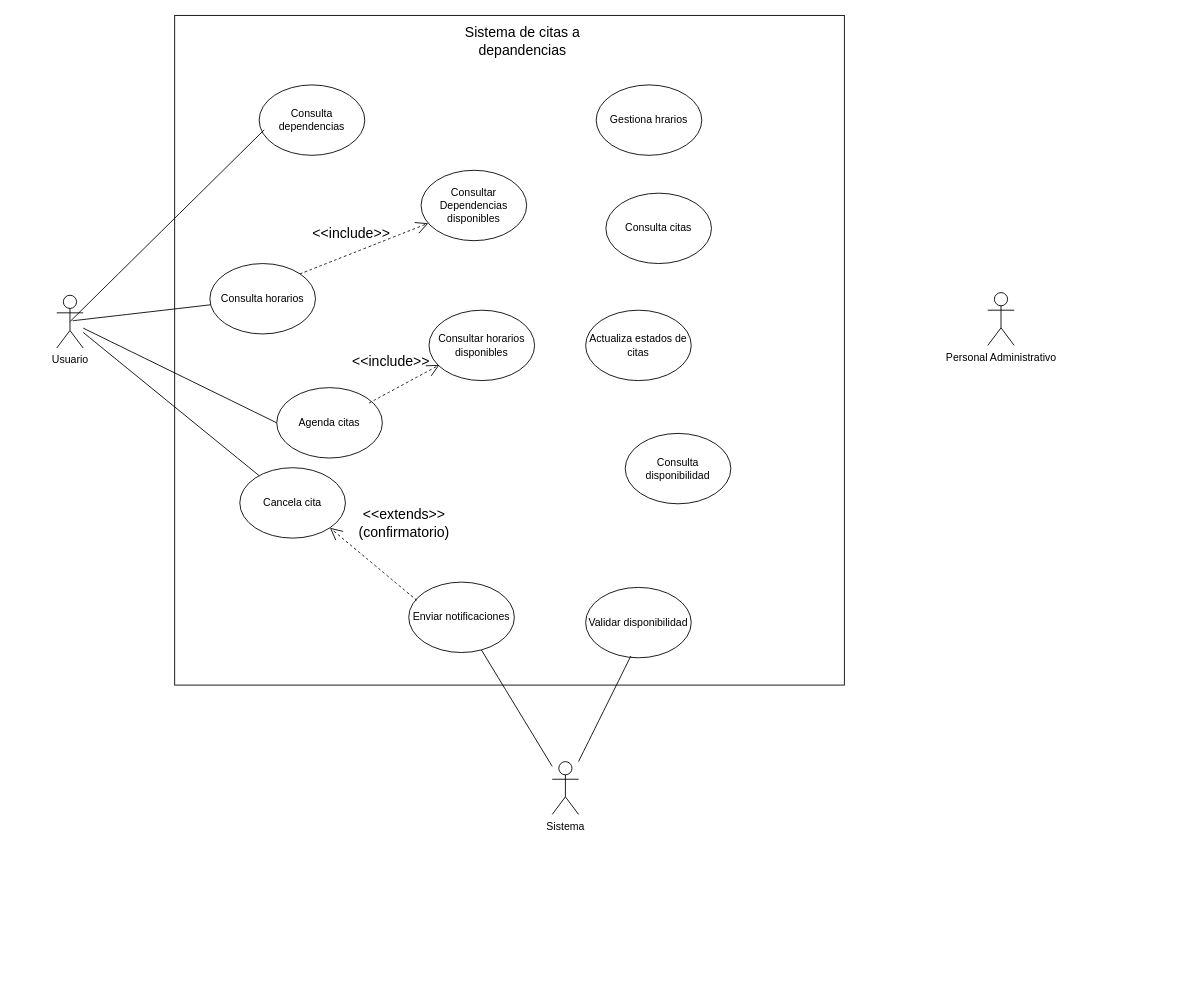
DrAtl30/potro_citas keeps this draw.io diagram as Diagrama sin título.drawio. Above is the earlier version. Source tidied: cells renumbered, new cells numbered last; positions are measured from the earlier drawing's top-left corner, leaving out a move shared by most shapes. Both pictures are drawn from the tidied source at 88%, with x=0, y=0 at pixel (56, 15).
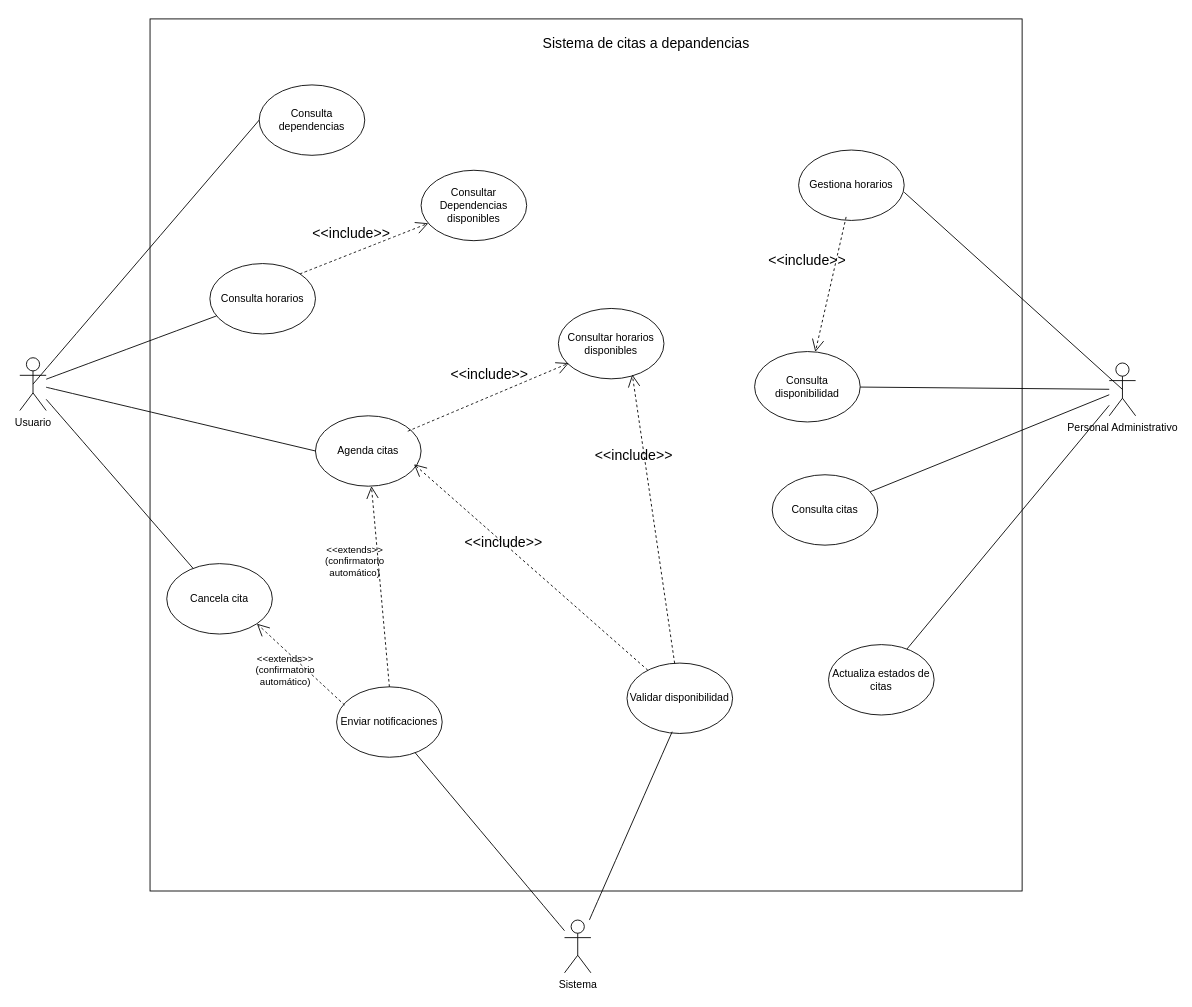
The same diagram, later.

The change refers to these unchanged cells:
```xml
<mxCell id="9" value="Consulta horarios" style="ellipse;whiteSpace=wrap;html=1;" parent="1" vertex="1">
  <mxGeometry x="174" y="282" width="120" height="80" as="geometry" />
</mxCell>
<mxCell id="10" value="Consulta dependencias" style="ellipse;whiteSpace=wrap;html=1;" parent="1" vertex="1">
  <mxGeometry x="230" y="79" width="120" height="80" as="geometry" />
</mxCell>
```

What changed in the source:
```diff
@@
     <mxCell id="2" value="Usuario" style="shape=umlActor;verticalLabelPosition=bottom;verticalAlign=top;html=1;outlineConnect=0;" parent="1" vertex="1">
-      <mxGeometry y="318" width="30" height="60" as="geometry" />
+      <mxGeometry x="-42" y="389" width="30" height="60" as="geometry" />
     </mxCell>
     <mxCell id="3" value="Personal Administrativo" style="shape=umlActor;verticalLabelPosition=bottom;verticalAlign=top;html=1;outlineConnect=0;" parent="1" vertex="1">
-      <mxGeometry x="1058" y="315" width="30" height="60" as="geometry" />
+      <mxGeometry x="1196" y="395" width="30" height="60" as="geometry" />
     </mxCell>
     <mxCell id="4" value="Sistema" style="shape=umlActor;verticalLabelPosition=bottom;verticalAlign=top;html=1;outlineConnect=0;" parent="1" vertex="1">
-      <mxGeometry x="563" y="848" width="30" height="60" as="geometry" />
+      <mxGeometry x="577" y="1028" width="30" height="60" as="geometry" />
     </mxCell>
     <mxCell id="5" style="whiteSpace=wrap;html=1;" parent="1" vertex="1">
-      <mxGeometry x="134" width="761" height="761" as="geometry" />
+      <mxGeometry x="106" y="4" width="991" height="991" as="geometry" />
     </mxCell>
     <mxCell id="6" value="Actualiza estados de citas" style="ellipse;whiteSpace=wrap;html=1;" parent="1" vertex="1">
-      <mxGeometry x="601" y="335" width="120" height="80" as="geometry" />
+      <mxGeometry x="877" y="715" width="120" height="80" as="geometry" />
     </mxCell>
     <mxCell id="7" value="Cancela cita" style="ellipse;whiteSpace=wrap;html=1;" parent="1" vertex="1">
-      <mxGeometry x="208" y="514" width="120" height="80" as="geometry" />
+      <mxGeometry x="125" y="623" width="120" height="80" as="geometry" />
     </mxCell>
     <mxCell id="8" value="Agenda citas" style="ellipse;whiteSpace=wrap;html=1;" parent="1" vertex="1">
-      <mxGeometry x="250" y="423" width="120" height="80" as="geometry" />
+      <mxGeometry x="294" y="455" width="120" height="80" as="geometry" />
     </mxCell>
@@
     <mxCell id="11" value="Consulta citas" style="ellipse;whiteSpace=wrap;html=1;" parent="1" vertex="1">
-      <mxGeometry x="624" y="202" width="120" height="80" as="geometry" />
+      <mxGeometry x="813" y="522" width="120" height="80" as="geometry" />
     </mxCell>
-    <mxCell id="12" value="Gestiona hrarios" style="ellipse;whiteSpace=wrap;html=1;" parent="1" vertex="1">
-      <mxGeometry x="613" y="79" width="120" height="80" as="geometry" />
+    <mxCell id="12" value="Gestiona horarios" style="ellipse;whiteSpace=wrap;html=1;" parent="1" vertex="1">
+      <mxGeometry x="843" y="153" width="120" height="80" as="geometry" />
     </mxCell>
     <mxCell id="13" value="Consulta disponibilidad" style="ellipse;whiteSpace=wrap;html=1;" parent="1" vertex="1">
-      <mxGeometry x="646" y="475" width="120" height="80" as="geometry" />
+      <mxGeometry x="793" y="382" width="120" height="80" as="geometry" />
     </mxCell>
     <mxCell id="14" value="Enviar notificaciones" style="ellipse;whiteSpace=wrap;html=1;" parent="1" vertex="1">
-      <mxGeometry x="400" y="644" width="120" height="80" as="geometry" />
+      <mxGeometry x="318" y="763" width="120" height="80" as="geometry" />
     </mxCell>
     <mxCell id="15" value="Validar disponibilidad" style="ellipse;whiteSpace=wrap;html=1;" parent="1" vertex="1">
-      <mxGeometry x="601" y="650" width="120" height="80" as="geometry" />
+      <mxGeometry x="648" y="736" width="120" height="80" as="geometry" />
     </mxCell>
     <mxCell id="16" value="Sistema de citas a depandencias" style="text;html=1;align=center;verticalAlign=middle;whiteSpace=wrap;rounded=0;fontSize=16;" parent="1" vertex="1">
-      <mxGeometry x="433" y="14" width="193" height="30" as="geometry" />
+      <mxGeometry x="508" y="16" width="324" height="30" as="geometry" />
     </mxCell>
-    <mxCell id="17" style="endArrow=none;html=1;rounded=0;fontSize=12;startSize=8;endSize=8;curved=1;exitX=0.5;exitY=0.5;exitDx=0;exitDy=0;exitPerimeter=0;entryX=0.048;entryY=0.638;entryDx=0;entryDy=0;entryPerimeter=0;" parent="1" edge="1" source="2" target="10">
+    <mxCell id="17" style="endArrow=none;html=1;rounded=0;fontSize=12;startSize=8;endSize=8;curved=1;exitX=0.5;exitY=0.5;exitDx=0;exitDy=0;exitPerimeter=0;entryX=0;entryY=0.5;entryDx=0;entryDy=0;" parent="1" edge="1" source="2" target="10">
       <mxGeometry relative="1" as="geometry" />
     </mxCell>
-    <mxCell id="18" style="endArrow=none;html=1;rounded=0;fontSize=12;startSize=8;endSize=8;curved=1;" parent="1" edge="1" target="9">
-      <mxGeometry relative="1" as="geometry">
-        <mxPoint x="18" y="347" as="sourcePoint" />
-      </mxGeometry>
+    <mxCell id="18" style="endArrow=none;html=1;rounded=0;fontSize=12;startSize=8;endSize=8;curved=1;" parent="1" edge="1" source="2" target="9">
+      <mxGeometry relative="1" as="geometry" />
     </mxCell>
@@
     <mxCell id="23" value="Consultar horarios disponibles" style="ellipse;whiteSpace=wrap;html=1;" parent="1" vertex="1">
-      <mxGeometry x="423" y="335" width="120" height="80" as="geometry" />
+      <mxGeometry x="570" y="333" width="120" height="80" as="geometry" />
     </mxCell>
@@
     <mxCell id="25" value="&amp;lt;&amp;lt;include&amp;gt;&amp;gt;" style="text;html=1;align=center;verticalAlign=middle;whiteSpace=wrap;rounded=0;fontSize=16;" parent="1" vertex="1">
-      <mxGeometry x="350" y="378" width="60" height="30" as="geometry" />
+      <mxGeometry x="462" y="393" width="60" height="30" as="geometry" />
     </mxCell>
@@
-    <mxCell id="28" value="&lt;div&gt;&amp;lt;&amp;lt;extends&amp;gt;&amp;gt;&lt;/div&gt;&lt;div&gt;(confirmatorio)&lt;br&gt;&lt;/div&gt;" style="text;html=1;align=center;verticalAlign=middle;whiteSpace=wrap;rounded=0;fontSize=16;" parent="1" vertex="1">
-      <mxGeometry x="365" y="562" width="60" height="30" as="geometry" />
+    <mxCell id="28" value="&lt;div&gt;&amp;lt;&amp;lt;extends&amp;gt;&amp;gt;&lt;/div&gt;&lt;div&gt;(confirmatorio automático)&lt;br&gt;&lt;/div&gt;" style="text;html=1;align=center;verticalAlign=middle;whiteSpace=wrap;rounded=0;fontSize=11;" parent="1" vertex="1">
+      <mxGeometry x="230" y="729" width="60" height="30" as="geometry" />
     </mxCell>
@@
+    <mxCell id="31" style="endArrow=none;html=1;rounded=0;entryX=0.5;entryY=0.5;entryDx=0;entryDy=0;entryPerimeter=0;exitX=1;exitY=0.6;exitDx=0;exitDy=0;exitPerimeter=0;" parent="1" edge="1" source="12" target="3">
+      <mxGeometry relative="1" as="geometry" />
+    </mxCell>
+    <mxCell id="32" style="endArrow=none;html=1;rounded=0;" parent="1" edge="1" source="6" target="3">
+      <mxGeometry relative="1" as="geometry" />
+    </mxCell>
+    <mxCell id="33" style="endArrow=open;endSize=12;dashed=1;html=1;rounded=0;exitX=0.45;exitY=0.95;exitDx=0;exitDy=0;exitPerimeter=0;" parent="1" edge="1" source="12" target="13">
+      <mxGeometry relative="1" as="geometry" />
+    </mxCell>
+    <mxCell id="34" value="&amp;lt;&amp;lt;include&amp;gt;&amp;gt;" style="text;html=1;align=center;verticalAlign=middle;whiteSpace=wrap;rounded=0;fontSize=16;" parent="1" vertex="1">
+      <mxGeometry x="823" y="263" width="60" height="30" as="geometry" />
+    </mxCell>
+    <mxCell id="35" style="endArrow=none;html=1;rounded=0;" parent="1" edge="1" source="11" target="3">
+      <mxGeometry relative="1" as="geometry" />
+    </mxCell>
+    <mxCell id="36" style="endArrow=open;endSize=12;dashed=1;html=1;rounded=0;exitX=0.5;exitY=0;exitDx=0;exitDy=0;" parent="1" edge="1" source="14" target="8">
+      <mxGeometry relative="1" as="geometry" />
+    </mxCell>
+    <mxCell id="37" value="&lt;div&gt;&amp;lt;&amp;lt;extends&amp;gt;&amp;gt;&lt;/div&gt;&lt;div&gt;(confirmatorio automático)&lt;br&gt;&lt;/div&gt;" style="text;html=1;align=center;verticalAlign=middle;whiteSpace=wrap;rounded=0;fontSize=11;" parent="1" vertex="1">
+      <mxGeometry x="309" y="605" width="60" height="30" as="geometry" />
+    </mxCell>
+    <mxCell id="38" style="endArrow=open;endSize=12;dashed=1;html=1;rounded=0;entryX=0.7;entryY=0.938;entryDx=0;entryDy=0;entryPerimeter=0;" parent="1" edge="1" source="15" target="23">
+      <mxGeometry relative="1" as="geometry" />
+    </mxCell>
+    <mxCell id="39" style="endArrow=open;endSize=12;dashed=1;html=1;rounded=0;entryX=0.933;entryY=0.688;entryDx=0;entryDy=0;entryPerimeter=0;" parent="1" edge="1" source="15" target="8">
+      <mxGeometry relative="1" as="geometry" />
+    </mxCell>
+    <mxCell id="40" value="&amp;lt;&amp;lt;include&amp;gt;&amp;gt;" style="text;html=1;align=center;verticalAlign=middle;whiteSpace=wrap;rounded=0;fontSize=16;" parent="1" vertex="1">
+      <mxGeometry x="478" y="584" width="60" height="30" as="geometry" />
+    </mxCell>
+    <mxCell id="41" value="&amp;lt;&amp;lt;include&amp;gt;&amp;gt;" style="text;html=1;align=center;verticalAlign=middle;whiteSpace=wrap;rounded=0;fontSize=16;" parent="1" vertex="1">
+      <mxGeometry x="626" y="485" width="60" height="30" as="geometry" />
+    </mxCell>
+    <mxCell id="42" style="endArrow=none;html=1;rounded=0;" parent="1" edge="1" source="13" target="3">
+      <mxGeometry relative="1" as="geometry" />
+    </mxCell>
+    <mxCell id="43" style="edgeStyle=orthogonalEdgeStyle;rounded=0;orthogonalLoop=1;jettySize=auto;html=1;exitX=0.5;exitY=1;exitDx=0;exitDy=0;" parent="1" edge="1" source="34" target="34">
+      <mxGeometry relative="1" as="geometry" />
+    </mxCell>
```
